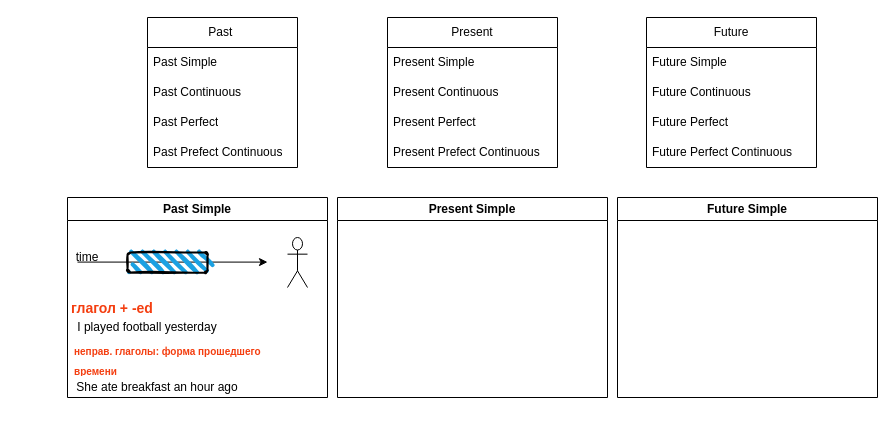
Earlier version of the draw.io diagram Времена в английском.drawio (FeraVerto/english). Source tidied: cells renumbered, new cells numbered last; positions are measured from the earlier drawing's top-left corner, leaving out a move shared by most shapes. Both pictures are drawn from the tidied source at 100%, with x=0, y=0 at pixel (17, 17).
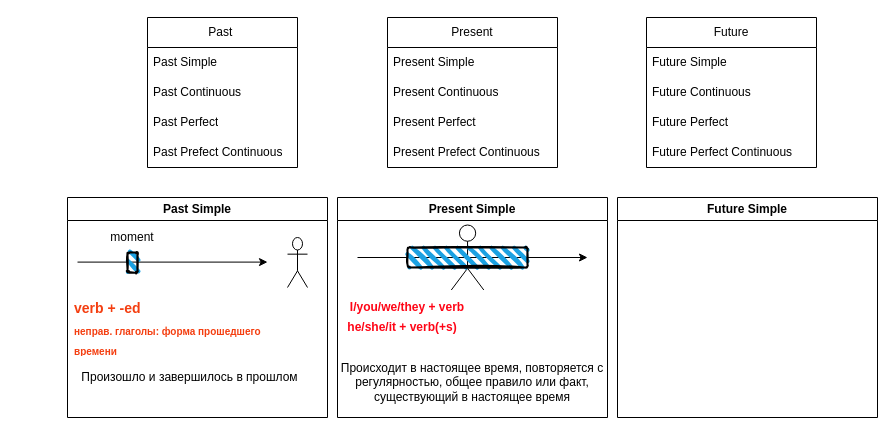
The same diagram, later.

The edit, as a diff of the source:
```diff
@@
     <mxCell id="17" value="Past Simple" style="swimlane;whiteSpace=wrap;html=1;" parent="1" vertex="1">
-      <mxGeometry x="50" y="180" width="260" height="200" as="geometry" />
+      <mxGeometry x="50" y="180" width="260" height="220" as="geometry" />
     </mxCell>
@@
-    <mxCell id="19" style="endArrow=classic;html=1;rounded=0;exitX=0.375;exitY=0.729;exitDx=0;exitDy=0;exitPerimeter=0;" parent="17" edge="1" source="21">
+    <mxCell id="19" style="endArrow=classic;html=1;rounded=0;exitX=0.375;exitY=0.729;exitDx=0;exitDy=0;exitPerimeter=0;" parent="17" edge="1">
       <mxGeometry relative="1" as="geometry">
+        <mxPoint x="10" y="64.6" as="sourcePoint" />
         <mxPoint x="200" y="64.6" as="targetPoint" />
       </mxGeometry>
     </mxCell>
     <mxCell id="20" style="rounded=1;whiteSpace=wrap;html=1;strokeWidth=2;fillWeight=4;hachureGap=8;hachureAngle=45;fillColor=#1ba1e2;sketch=1;" parent="17" vertex="1">
-      <mxGeometry x="60" y="55" width="80" height="20" as="geometry" />
+      <mxGeometry x="60" y="55" width="10" height="20" as="geometry" />
     </mxCell>
-    <mxCell id="21" value="time" style="text;html=1;strokeColor=none;fillColor=none;align=center;verticalAlign=middle;whiteSpace=wrap;overflow=hidden;" parent="17" vertex="1">
-      <mxGeometry x="-20" y="50" width="80" height="20" as="geometry" />
-    </mxCell>
-    <mxCell id="22" value="I played football yesterday" style="text;html=1;strokeColor=none;fillColor=none;align=center;verticalAlign=middle;whiteSpace=wrap;overflow=hidden;" parent="17" vertex="1">
-      <mxGeometry y="120" width="160" height="20" as="geometry" />
-    </mxCell>
-    <mxCell id="23" value="She ate breakfast an hour ago" style="text;html=1;strokeColor=none;fillColor=none;align=center;verticalAlign=middle;whiteSpace=wrap;overflow=hidden;" parent="17" vertex="1">
-      <mxGeometry y="180" width="180" height="20" as="geometry" />
-    </mxCell>
-    <mxCell id="24" value="глагол + -ed" style="text;html=1;strokeColor=none;fillColor=none;align=center;verticalAlign=middle;whiteSpace=wrap;overflow=hidden;fontStyle=1;fontColor=#f43e10;fontSize=14;" parent="17" vertex="1">
-      <mxGeometry x="-50" y="100" width="190" height="20" as="geometry" />
+    <mxCell id="24" value="verb + -ed" style="text;html=1;strokeColor=none;fillColor=none;align=left;verticalAlign=middle;whiteSpace=wrap;overflow=hidden;fontStyle=1;fontColor=#f43e10;fontSize=14;" parent="17" vertex="1">
+      <mxGeometry x="5" y="100" width="75" height="20" as="geometry" />
     </mxCell>
     <mxCell id="25" value="&lt;font style=&quot;font-size: 10px;&quot;&gt;неправ. глаголы: форма прошедшего времени&lt;/font&gt;" style="text;html=1;strokeColor=none;fillColor=none;align=left;verticalAlign=middle;whiteSpace=wrap;overflow=hidden;fontStyle=1;fontColor=#f43e10;fontSize=17;" parent="17" vertex="1">
-      <mxGeometry x="5" y="140" width="215" height="40" as="geometry" />
+      <mxGeometry x="5" y="120" width="195" height="40" as="geometry" />
     </mxCell>
+    <mxCell id="28" value="Произошло и завершилось в прошлом" style="text;html=1;strokeColor=none;fillColor=none;align=center;verticalAlign=middle;whiteSpace=wrap;overflow=hidden;" parent="17" vertex="1">
+      <mxGeometry x="5" y="170" width="235" height="20" as="geometry" />
+    </mxCell>
+    <mxCell id="29" value="moment" style="text;html=1;strokeColor=none;fillColor=none;align=center;verticalAlign=middle;whiteSpace=wrap;overflow=hidden;" parent="17" vertex="1">
+      <mxGeometry x="25" y="30" width="80" height="20" as="geometry" />
+    </mxCell>
     <mxCell id="26" value="Present Simple" style="swimlane;whiteSpace=wrap;html=1;" parent="1" vertex="1">
-      <mxGeometry x="320" y="180" width="270" height="200" as="geometry" />
+      <mxGeometry x="320" y="180" width="270" height="220" as="geometry" />
     </mxCell>
+    <mxCell id="30" style="shape=umlActor;verticalLabelPosition=bottom;verticalAlign=top;html=1;" parent="26" vertex="1">
+      <mxGeometry x="113.8" y="27.5" width="32.5" height="65" as="geometry" />
+    </mxCell>
+    <mxCell id="31" value="I/you/we/they + verb" style="text;html=1;strokeColor=none;fillColor=none;align=center;verticalAlign=middle;whiteSpace=wrap;overflow=hidden;fontColor=#FF0516;fontStyle=1;" parent="26" vertex="1">
+      <mxGeometry x="10" y="100" width="120" height="20" as="geometry" />
+    </mxCell>
+    <mxCell id="32" value="he/she/it + verb(+s)" style="text;html=1;strokeColor=none;fillColor=none;align=center;verticalAlign=middle;whiteSpace=wrap;overflow=hidden;fontStyle=1;fontColor=#FF0516;" parent="26" vertex="1">
+      <mxGeometry y="120" width="130" height="20" as="geometry" />
+    </mxCell>
+    <mxCell id="33" value="Происходит в настоящее время, повторяется с регулярностью, общее правило или факт, существующий в настоящее время" style="text;html=1;strokeColor=none;fillColor=none;align=center;verticalAlign=middle;whiteSpace=wrap;overflow=hidden;" parent="26" vertex="1">
+      <mxGeometry y="150" width="270" height="70" as="geometry" />
+    </mxCell>
     <mxCell id="27" value="Future Simple" style="swimlane;whiteSpace=wrap;html=1;" parent="1" vertex="1">
-      <mxGeometry x="600" y="180" width="260" height="200" as="geometry" />
+      <mxGeometry x="600" y="180" width="260" height="220" as="geometry" />
     </mxCell>
+    <mxCell id="34" style="endArrow=classic;html=1;rounded=0;" parent="1" edge="1">
+      <mxGeometry relative="1" as="geometry">
+        <mxPoint x="340" y="240" as="sourcePoint" />
+        <mxPoint x="570" y="240" as="targetPoint" />
+      </mxGeometry>
+    </mxCell>
+    <mxCell id="35" style="rounded=1;whiteSpace=wrap;html=1;strokeWidth=2;fillWeight=4;hachureGap=8;hachureAngle=45;fillColor=#1ba1e2;sketch=1;" parent="1" vertex="1">
+      <mxGeometry x="390" y="230" width="120" height="20" as="geometry" />
+    </mxCell>
```
